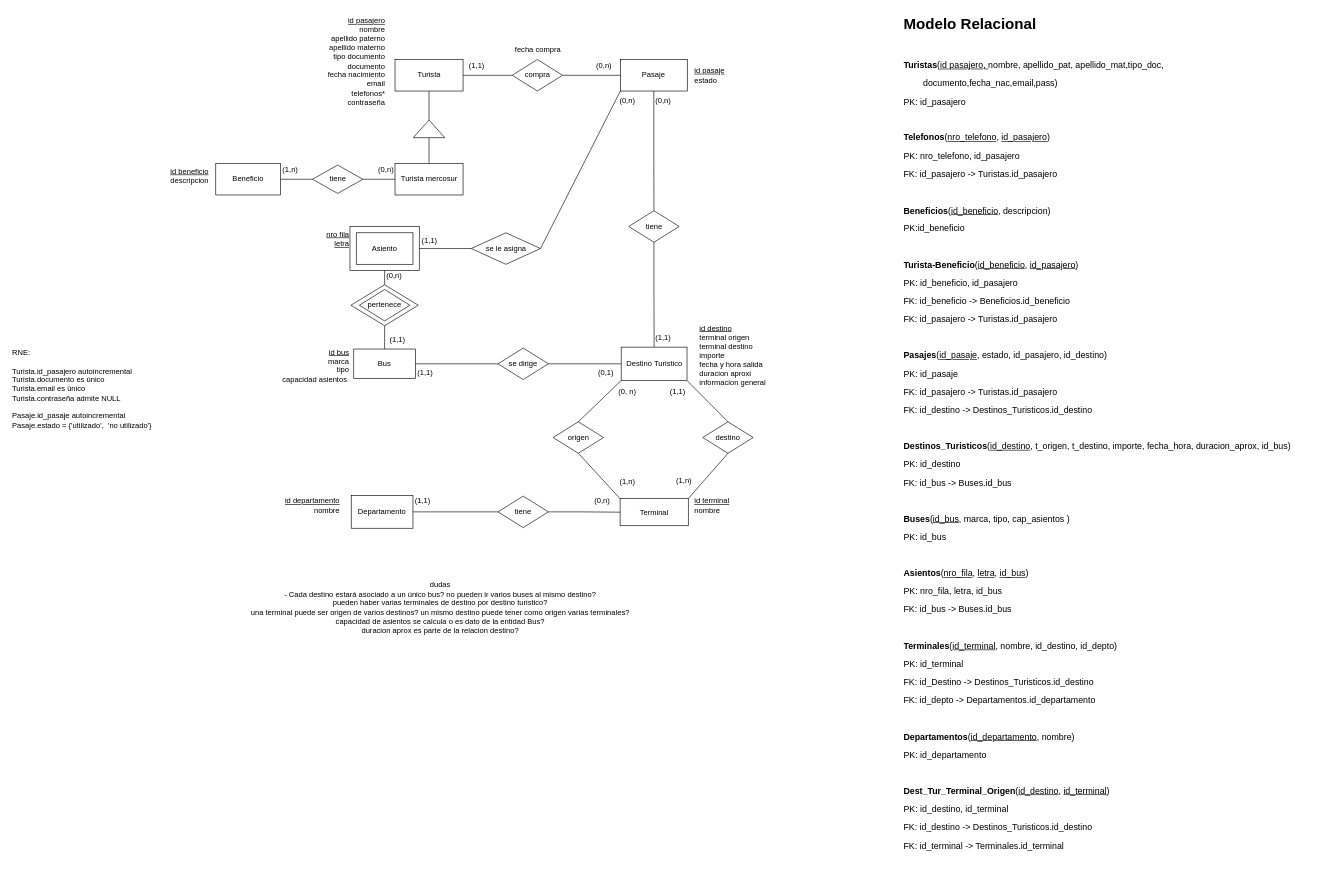
Earlier version of the draw.io diagram page "MER" (1 of 4) of obligatorio/mer y mr bdd 1 obligatorio.drawio (duermomal/BDD1). Source tidied: cells renumbered, new cells numbered last; positions are measured from the earlier drawing's top-left corner, leaving out a move shared by most shapes. Both pictures are drawn from the tidied source at 63%, with x=0, y=0 at pixel (11, 10).
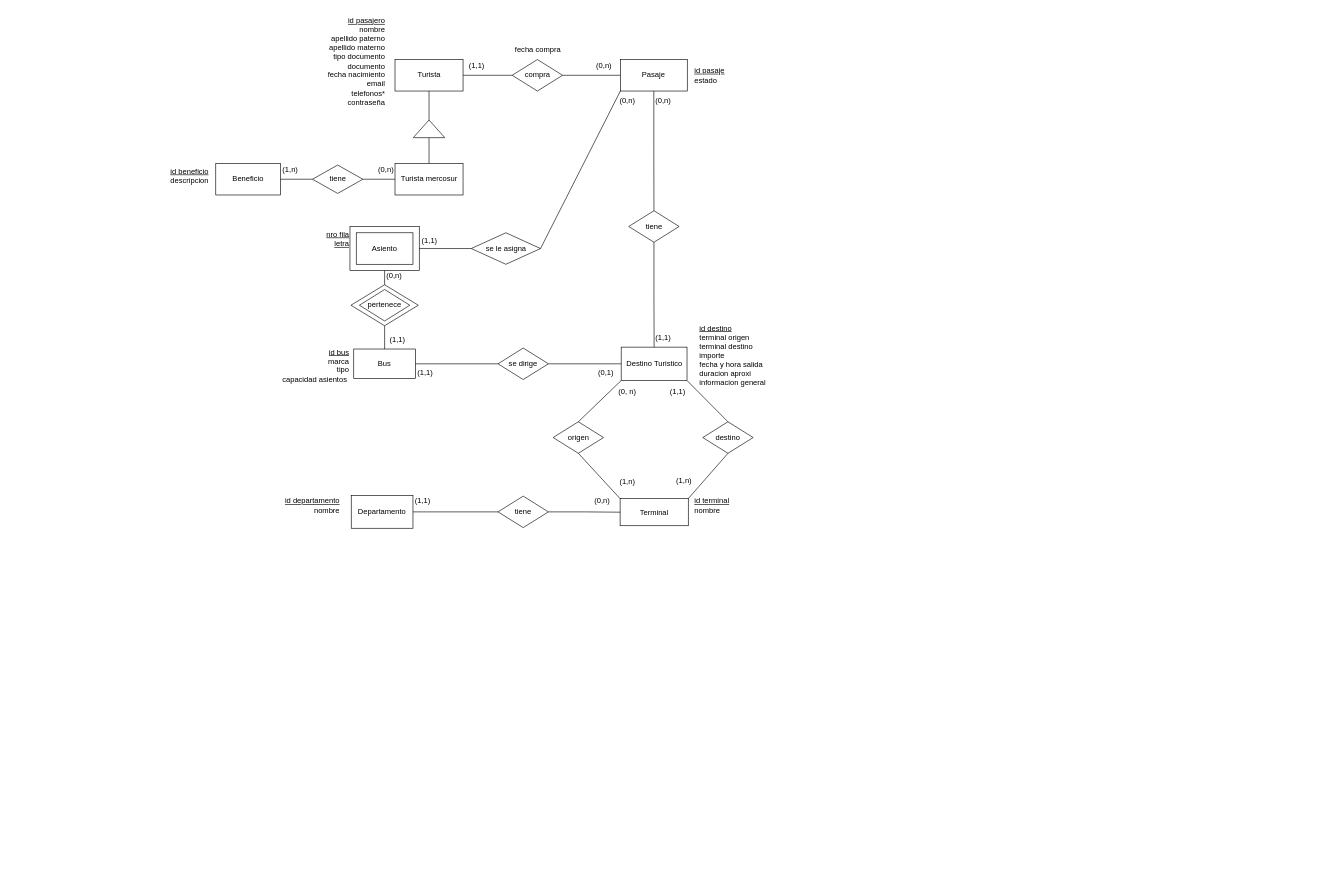
After the change.

Commit message (it also covers changes not shown here):
Mer separado

What changed in the source:
```diff
@@
-    <mxCell id="63" value="dudas&lt;br&gt;- Cada destino estará asociado a un único bus? no pueden ir varios buses al mismo destino?&lt;div&gt;pueden haber varias terminales de destino por destino turistico?&lt;/div&gt;&lt;div&gt;una terminal puede ser origen de varios destinos? un mismo destino puede tener como origen varias terminales?&lt;/div&gt;&lt;div&gt;capacidad de asientos se calcula o es dato de la entidad Bus?&lt;/div&gt;&lt;div&gt;duracion aprox es parte de la relacion destino?&lt;/div&gt;" style="text;html=1;align=center;verticalAlign=middle;strokeColor=none;fillColor=none;" parent="1" vertex="1">
-      <mxGeometry x="370.5" y="898" width="620" height="100" as="geometry" />
-    </mxCell>
@@
-    <mxCell id="71" value="&lt;h1 style=&quot;margin-top: 0px;&quot;&gt;Modelo Relacional&lt;/h1&gt;&lt;p&gt;&amp;nbsp;&amp;nbsp;&lt;/p&gt;&lt;p&gt;&lt;font style=&quot;font-size: 14px;&quot;&gt;&lt;font style=&quot;&quot;&gt;&lt;b style=&quot;&quot;&gt;Turistas&lt;/b&gt;&lt;/font&gt;&lt;font style=&quot;&quot;&gt;&lt;font style=&quot;&quot;&gt;(&lt;/font&gt;&lt;u style=&quot;background-color: initial; text-wrap: nowrap; text-align: right;&quot;&gt;id pasajero,&amp;nbsp;&lt;/u&gt;&lt;span style=&quot;text-align: right; text-wrap: nowrap; background-color: initial;&quot;&gt;nombre,&amp;nbsp;&lt;/span&gt;&lt;span style=&quot;text-align: right; text-wrap: nowrap; background-color: initial;&quot;&gt;apellido_pat,&lt;font style=&quot;&quot;&gt;&amp;nbsp;&lt;/font&gt;&lt;/span&gt;&lt;/font&gt;&lt;span style=&quot;text-align: right; text-wrap: nowrap; background-color: initial;&quot;&gt;apellido_mat,t&lt;/span&gt;&lt;span style=&quot;text-align: right; text-wrap: nowrap; background-color: initial;&quot;&gt;ipo_doc,&lt;/span&gt;&lt;/font&gt;&lt;/p&gt;&lt;p&gt;&lt;font style=&quot;font-size: 14px;&quot;&gt;&lt;span style=&quot;text-align: right; text-wrap: nowrap; background-color: initial;&quot;&gt;&lt;span style=&quot;white-space: pre;&quot;&gt;&#9;&lt;/span&gt;documento,&lt;/span&gt;&lt;span style=&quot;text-align: right; text-wrap: nowrap; background-color: initial;&quot;&gt;fecha_nac,&lt;/span&gt;&lt;span style=&quot;text-align: right; text-wrap: nowrap; background-color: initial;&quot;&gt;email&lt;/span&gt;&lt;span style=&quot;text-align: right; text-wrap: nowrap; background-color: initial;&quot;&gt;,pass&lt;/span&gt;&lt;span style=&quot;text-align: right; text-wrap: nowrap; background-color: initial;&quot;&gt;)&lt;/span&gt;&lt;/font&gt;&lt;/p&gt;&lt;p&gt;&lt;font style=&quot;font-size: 14px;&quot;&gt;&lt;span style=&quot;text-wrap: nowrap; background-color: initial;&quot;&gt;PK: id_pasajero&lt;/span&gt;&lt;/font&gt;&lt;/p&gt;&lt;p&gt;&lt;font style=&quot;font-size: 14px;&quot;&gt;&lt;span style=&quot;text-wrap: nowrap; background-color: initial;&quot;&gt;&lt;br&gt;&lt;/span&gt;&lt;/font&gt;&lt;/p&gt;&lt;p&gt;&lt;font style=&quot;font-size: 14px;&quot;&gt;&lt;span style=&quot;text-wrap: nowrap; background-color: initial;&quot;&gt;&lt;b&gt;Telefonos&lt;/b&gt;(&lt;u&gt;nro_telefono&lt;/u&gt;, &lt;u&gt;id_pasajero&lt;/u&gt;)&lt;/span&gt;&lt;/font&gt;&lt;/p&gt;&lt;p&gt;&lt;font style=&quot;font-size: 14px;&quot;&gt;&lt;span style=&quot;text-wrap: nowrap; background-color: initial;&quot;&gt;PK: nro_telefono, id_pasajero&lt;/span&gt;&lt;/font&gt;&lt;/p&gt;&lt;p&gt;&lt;font style=&quot;font-size: 14px;&quot;&gt;&lt;span style=&quot;text-wrap: nowrap; background-color: initial;&quot;&gt;FK: id_pasajero -&amp;gt; Turistas.id_pasajero&lt;/span&gt;&lt;/font&gt;&lt;/p&gt;&lt;p&gt;&lt;font style=&quot;font-size: 14px;&quot;&gt;&lt;span style=&quot;text-wrap: nowrap; background-color: initial;&quot;&gt;&lt;br&gt;&lt;/span&gt;&lt;/font&gt;&lt;/p&gt;&lt;p&gt;&lt;font style=&quot;font-size: 14px;&quot;&gt;&lt;span style=&quot;text-wrap: nowrap; background-color: initial;&quot;&gt;&lt;b&gt;Beneficios&lt;/b&gt;(&lt;u&gt;id_beneficio&lt;/u&gt;, descripcion)&lt;/span&gt;&lt;/font&gt;&lt;/p&gt;&lt;p&gt;&lt;font style=&quot;font-size: 14px;&quot;&gt;&lt;span style=&quot;text-wrap: nowrap; background-color: initial;&quot;&gt;PK:id_beneficio&lt;/span&gt;&lt;/font&gt;&lt;/p&gt;&lt;p&gt;&lt;font style=&quot;font-size: 14px;&quot;&gt;&lt;span style=&quot;text-wrap: nowrap; background-color: initial;&quot;&gt;&lt;br&gt;&lt;/span&gt;&lt;/font&gt;&lt;/p&gt;&lt;p&gt;&lt;font style=&quot;font-size: 14px;&quot;&gt;&lt;span style=&quot;text-wrap: nowrap; background-color: initial;&quot;&gt;&lt;b&gt;Turista-Beneficio&lt;/b&gt;(&lt;u&gt;id_beneficio&lt;/u&gt;, &lt;u&gt;id_pasajero&lt;/u&gt;)&lt;/span&gt;&lt;/font&gt;&lt;/p&gt;&lt;p&gt;&lt;font style=&quot;font-size: 14px;&quot;&gt;&lt;span style=&quot;text-wrap: nowrap; background-color: initial;&quot;&gt;PK: id_beneficio, id_pasajero&lt;/span&gt;&lt;/font&gt;&lt;/p&gt;&lt;p&gt;&lt;font style=&quot;font-size: 14px;&quot;&gt;&lt;span style=&quot;text-wrap: nowrap; background-color: initial;&quot;&gt;FK: id_beneficio -&amp;gt; Beneficios.id_beneficio&lt;/span&gt;&lt;/font&gt;&lt;/p&gt;&lt;p&gt;&lt;font style=&quot;font-size: 14px;&quot;&gt;&lt;span style=&quot;text-wrap: nowrap; background-color: initial;&quot;&gt;FK: id_pasajero -&amp;gt; Turistas.id_pasajero&amp;nbsp;&lt;/span&gt;&lt;/font&gt;&lt;/p&gt;&lt;p&gt;&lt;font style=&quot;font-size: 14px;&quot;&gt;&lt;span style=&quot;text-wrap: nowrap; background-color: initial;&quot;&gt;&lt;br&gt;&lt;/span&gt;&lt;/font&gt;&lt;/p&gt;&lt;p&gt;&lt;font style=&quot;font-size: 14px;&quot;&gt;&lt;span style=&quot;text-wrap: nowrap; background-color: initial;&quot;&gt;&lt;b&gt;Pasajes&lt;/b&gt;(&lt;u&gt;id_pasaje&lt;/u&gt;, estado, id_pasajero, id_destino)&lt;/span&gt;&lt;/font&gt;&lt;/p&gt;&lt;p&gt;&lt;font style=&quot;font-size: 14px;&quot;&gt;&lt;span style=&quot;text-wrap: nowrap; background-color: initial;&quot;&gt;PK: id_pasaje&lt;/span&gt;&lt;/font&gt;&lt;/p&gt;&lt;p&gt;&lt;font style=&quot;font-size: 14px;&quot;&gt;&lt;span style=&quot;text-wrap: nowrap; background-color: initial;&quot;&gt;FK: id_pasajero -&amp;gt; Turistas.id_pasajero&lt;/span&gt;&lt;/font&gt;&lt;/p&gt;&lt;p&gt;&lt;font style=&quot;font-size: 14px;&quot;&gt;&lt;span style=&quot;text-wrap: nowrap; background-color: initial;&quot;&gt;FK: id_destino -&amp;gt; Destinos_Turisticos.id_destino&lt;/span&gt;&lt;/font&gt;&lt;/p&gt;&lt;p&gt;&lt;font style=&quot;font-size: 14px;&quot;&gt;&lt;span style=&quot;text-wrap: nowrap; background-color: initial;&quot;&gt;&lt;br&gt;&lt;/span&gt;&lt;/font&gt;&lt;/p&gt;&lt;p&gt;&lt;font style=&quot;font-size: 14px;&quot;&gt;&lt;span style=&quot;text-wrap: nowrap; background-color: initial;&quot;&gt;&lt;b&gt;Destinos_Turisticos&lt;/b&gt;(&lt;u&gt;id_destino&lt;/u&gt;, t_origen, t_destino, importe, fecha_hora, duracion_aprox, id_bus)&lt;/span&gt;&lt;/font&gt;&lt;/p&gt;&lt;p&gt;&lt;font style=&quot;font-size: 14px;&quot;&gt;&lt;span style=&quot;text-wrap: nowrap; background-color: initial;&quot;&gt;PK: id_destino&lt;/span&gt;&lt;/font&gt;&lt;/p&gt;&lt;p&gt;&lt;font style=&quot;font-size: 14px;&quot;&gt;&lt;span style=&quot;text-wrap: nowrap; background-color: initial;&quot;&gt;FK: id_bus -&amp;gt; Buses.id_bus&lt;/span&gt;&lt;/font&gt;&lt;/p&gt;&lt;p&gt;&lt;font style=&quot;font-size: 14px;&quot;&gt;&lt;span style=&quot;text-wrap: nowrap; background-color: initial;&quot;&gt;&lt;br&gt;&lt;/span&gt;&lt;/font&gt;&lt;/p&gt;&lt;p&gt;&lt;font style=&quot;font-size: 14px;&quot;&gt;&lt;span style=&quot;text-wrap: nowrap; background-color: initial;&quot;&gt;&lt;b&gt;Buses&lt;/b&gt;(&lt;u&gt;id_bus&lt;/u&gt;, marca, tipo, cap_asientos )&amp;nbsp;&lt;/span&gt;&lt;/font&gt;&lt;/p&gt;&lt;p&gt;&lt;font style=&quot;font-size: 14px;&quot;&gt;&lt;span style=&quot;text-wrap: nowrap; background-color: initial;&quot;&gt;PK: id_bus&lt;/span&gt;&lt;/font&gt;&lt;/p&gt;&lt;p&gt;&lt;b style=&quot;font-size: 14px; text-wrap: nowrap; background-color: initial;&quot;&gt;&lt;br&gt;&lt;/b&gt;&lt;/p&gt;&lt;p&gt;&lt;b style=&quot;font-size: 14px; text-wrap: nowrap; background-color: initial;&quot;&gt;Asientos&lt;/b&gt;&lt;span style=&quot;font-size: 14px; text-wrap: nowrap; background-color: initial;&quot;&gt;(&lt;u&gt;nro_fila&lt;/u&gt;, &lt;u&gt;letra&lt;/u&gt;, &lt;u&gt;id_bus&lt;/u&gt;)&lt;/span&gt;&lt;/p&gt;&lt;p&gt;&lt;span style=&quot;font-size: 14px; text-wrap: nowrap; background-color: initial;&quot;&gt;PK: nro_fila, letra, id_bus&lt;/span&gt;&lt;/p&gt;&lt;p&gt;&lt;span style=&quot;font-size: 14px; text-wrap: nowrap; background-color: initial;&quot;&gt;FK: id_bus -&amp;gt; Buses.id_bus&lt;/span&gt;&lt;/p&gt;&lt;p&gt;&lt;b style=&quot;font-size: 14px; text-wrap: nowrap; background-color: initial;&quot;&gt;&lt;br&gt;&lt;/b&gt;&lt;/p&gt;&lt;p&gt;&lt;b style=&quot;font-size: 14px; text-wrap: nowrap; background-color: initial;&quot;&gt;Terminales&lt;/b&gt;&lt;span style=&quot;font-size: 14px; text-wrap: nowrap; background-color: initial;&quot;&gt;(&lt;/span&gt;&lt;u style=&quot;font-size: 14px; text-wrap: nowrap; background-color: initial;&quot;&gt;id_terminal&lt;/u&gt;&lt;span style=&quot;font-size: 14px; text-wrap: nowrap; background-color: initial;&quot;&gt;, nombre, id_destino, id_depto)&lt;/span&gt;&lt;br&gt;&lt;/p&gt;&lt;p&gt;&lt;span style=&quot;font-size: 14px; text-wrap: nowrap;&quot;&gt;PK: id_terminal&lt;/span&gt;&lt;/p&gt;&lt;p&gt;&lt;span style=&quot;font-size: 14px; text-wrap: nowrap;&quot;&gt;FK: id_Destino -&amp;gt; Destinos_Turisticos.id_destino&lt;/span&gt;&lt;/p&gt;&lt;p&gt;&lt;span style=&quot;font-size: 14px; text-wrap: nowrap;&quot;&gt;FK: id_depto -&amp;gt; Departamentos.id_departamento&lt;/span&gt;&lt;/p&gt;&lt;p&gt;&lt;span style=&quot;font-size: 14px; text-wrap: nowrap;&quot;&gt;&lt;br&gt;&lt;/span&gt;&lt;/p&gt;&lt;p&gt;&lt;span style=&quot;font-size: 14px; text-wrap: nowrap;&quot;&gt;&lt;b style=&quot;&quot;&gt;Departamentos&lt;/b&gt;(&lt;u&gt;id_departamento&lt;/u&gt;, nombre)&lt;/span&gt;&lt;/p&gt;&lt;p&gt;&lt;span style=&quot;font-size: 14px; text-wrap: nowrap;&quot;&gt;PK: id_departamento&lt;/span&gt;&lt;/p&gt;&lt;p&gt;&lt;span style=&quot;font-size: 14px; text-wrap: nowrap;&quot;&gt;&lt;br&gt;&lt;/span&gt;&lt;/p&gt;&lt;p&gt;&lt;span style=&quot;font-size: 14px; text-wrap: nowrap;&quot;&gt;&lt;b&gt;Dest_Tur_Terminal_Origen&lt;/b&gt;(&lt;u&gt;id_destino&lt;/u&gt;, &lt;u&gt;id_terminal&lt;/u&gt;)&lt;/span&gt;&lt;/p&gt;&lt;p&gt;&lt;span style=&quot;font-size: 14px; text-wrap: nowrap;&quot;&gt;PK: id_destino, id_terminal&lt;/span&gt;&lt;/p&gt;&lt;p&gt;&lt;span style=&quot;font-size: 14px; text-wrap: nowrap;&quot;&gt;FK: id_destino -&amp;gt; Destinos_Turisticos.id_destino&lt;/span&gt;&lt;/p&gt;&lt;p&gt;&lt;span style=&quot;font-size: 14px; text-wrap: nowrap;&quot;&gt;FK: id_terminal -&amp;gt; Terminales.id_terminal&lt;/span&gt;&lt;/p&gt;" style="text;html=1;whiteSpace=wrap;overflow=hidden;rounded=0;" parent="1" vertex="1">
-      <mxGeometry x="1415" y="0.5" width="650" height="1367.5" as="geometry" />
-    </mxCell>
-    <mxCell id="72" value="RNE:&lt;div&gt;&lt;br&gt;&lt;/div&gt;&lt;div&gt;Turista.id_pasajero autoincremental&lt;/div&gt;&lt;div&gt;Turista.documento es único&lt;/div&gt;&lt;div&gt;Turista.email es único&lt;/div&gt;&lt;div&gt;Turista.contraseña admite NULL&lt;/div&gt;&lt;div&gt;&lt;br&gt;&lt;div&gt;Pasaje.id_pasaje autoincremental&lt;/div&gt;&lt;div&gt;&lt;span style=&quot;background-color: initial;&quot;&gt;Pasaje.estado = {'utilizado',&amp;nbsp; 'no utilizado'}&lt;/span&gt;&lt;/div&gt;&lt;/div&gt;" style="text;html=1;align=left;verticalAlign=middle;strokeColor=none;fillColor=none;" parent="1" vertex="1">
-      <mxGeometry y="531" width="250" height="140" as="geometry" />
-    </mxCell>
```
